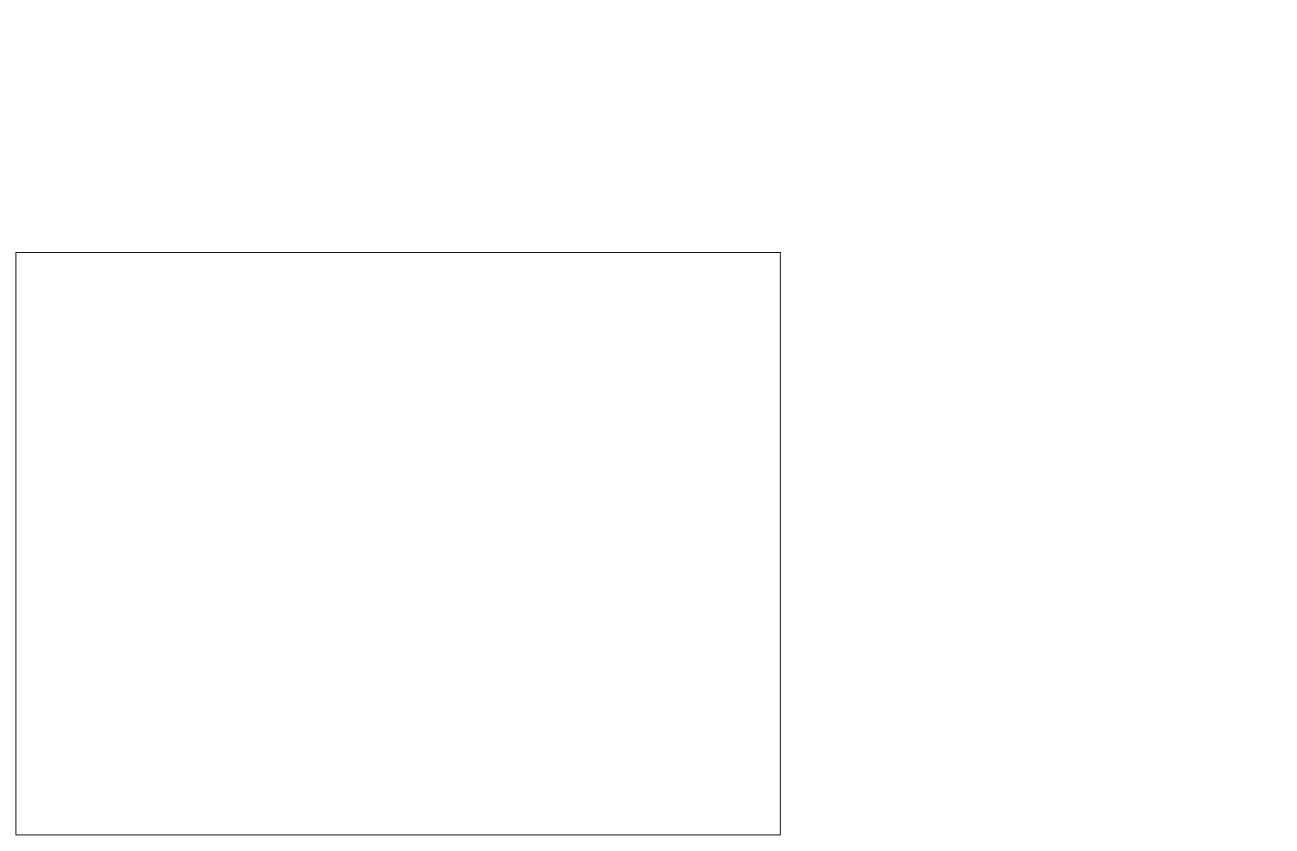
leonardxc/resource keeps this draw.io diagram as phoenix.drawio. Above is the earlier version. Source tidied: cells renumbered, new cells numbered last; positions are measured from the earlier drawing's top-left corner, leaving out a move shared by most shapes. Both pictures are drawn from the tidied source at 91%, with x=0, y=0 at pixel (15, 252).
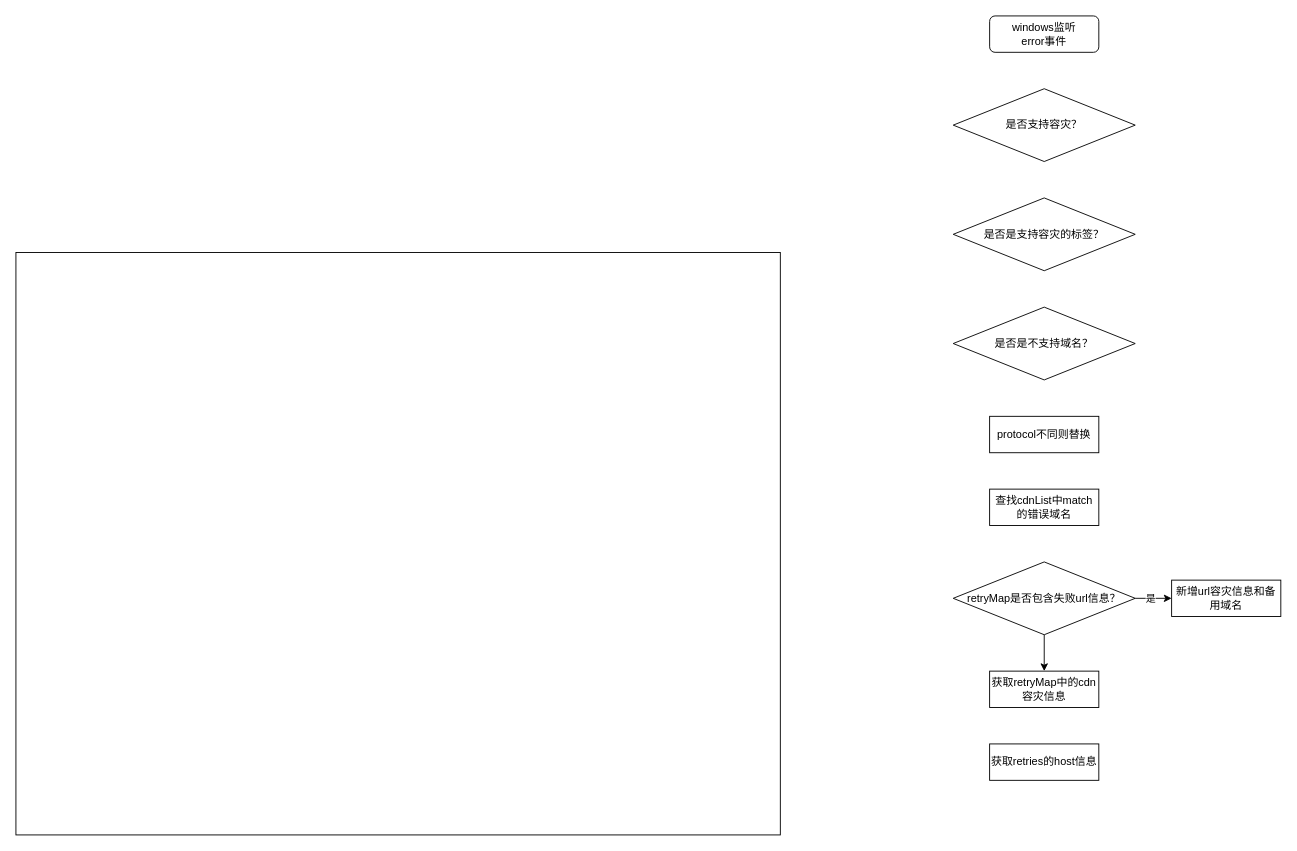
Above is the later version.

The edit, as a diff of the source:
```diff
@@
 <mxGraphModel>
   <root>
     <mxCell id="0" />
     <mxCell id="1" parent="0" />
     <mxCell id="2" style="rounded=0;whiteSpace=wrap;html=1;" parent="1" vertex="1">
       <mxGeometry width="840" height="640" as="geometry" />
     </mxCell>
+    <mxCell id="3" value="protocol不同则替换" style="rounded=0;whiteSpace=wrap;html=1;" parent="1" vertex="1">
+      <mxGeometry x="1070" y="180" width="120" height="40" as="geometry" />
+    </mxCell>
+    <mxCell id="4" value="windows监听&lt;div&gt;error事件&lt;/div&gt;" style="rounded=1;whiteSpace=wrap;html=1;" parent="1" vertex="1">
+      <mxGeometry x="1070" y="-260" width="120" height="40" as="geometry" />
+    </mxCell>
+    <mxCell id="5" value="是否支持容灾？" style="rhombus;whiteSpace=wrap;html=1;" parent="1" vertex="1">
+      <mxGeometry x="1030" y="-180" width="200" height="80" as="geometry" />
+    </mxCell>
+    <mxCell id="6" value="是否是支持容灾的标签？" style="rhombus;whiteSpace=wrap;html=1;" parent="1" vertex="1">
+      <mxGeometry x="1030" y="-60" width="200" height="80" as="geometry" />
+    </mxCell>
+    <mxCell id="7" value="是否是不支持域名？" style="rhombus;whiteSpace=wrap;html=1;" parent="1" vertex="1">
+      <mxGeometry x="1030" y="60" width="200" height="80" as="geometry" />
+    </mxCell>
+    <mxCell id="8" value="查找cdnList中match的错误域名" style="rounded=0;whiteSpace=wrap;html=1;" parent="1" vertex="1">
+      <mxGeometry x="1070" y="260" width="120" height="40" as="geometry" />
+    </mxCell>
+    <mxCell id="9" value="新增url容灾信息和备用域名" style="rounded=0;whiteSpace=wrap;html=1;" parent="1" vertex="1">
+      <mxGeometry x="1270" y="360" width="120" height="40" as="geometry" />
+    </mxCell>
+    <mxCell id="10" style="edgeStyle=orthogonalEdgeStyle;rounded=0;jettySize=auto;html=1;" parent="1" edge="1" source="13" target="9">
+      <mxGeometry relative="1" as="geometry" />
+    </mxCell>
+    <mxCell id="11" value="是" style="edgeLabel;html=1;align=center;verticalAlign=middle;" parent="10" vertex="1">
+      <mxGeometry x="-0.08" y="2" relative="1" as="geometry">
+        <mxPoint x="-2" y="2" as="offset" />
+      </mxGeometry>
+    </mxCell>
+    <mxCell id="12" style="edgeStyle=orthogonalEdgeStyle;rounded=0;jettySize=auto;html=1;entryX=0.5;entryY=0;entryDx=0;entryDy=0;" parent="1" edge="1" source="13" target="14">
+      <mxGeometry relative="1" as="geometry" />
+    </mxCell>
+    <mxCell id="13" value="retryMap是否包含失败url信息？" style="rhombus;whiteSpace=wrap;html=1;" parent="1" vertex="1">
+      <mxGeometry x="1030" y="340" width="200" height="80" as="geometry" />
+    </mxCell>
+    <mxCell id="14" value="获取retryMap中的cdn容灾信息" style="rounded=0;whiteSpace=wrap;html=1;" parent="1" vertex="1">
+      <mxGeometry x="1070" y="460" width="120" height="40" as="geometry" />
+    </mxCell>
+    <mxCell id="15" value="获取retries的host信息" style="rounded=0;whiteSpace=wrap;html=1;" parent="1" vertex="1">
+      <mxGeometry x="1070" y="540" width="120" height="40" as="geometry" />
+    </mxCell>
   </root>
 </mxGraphModel>
```
